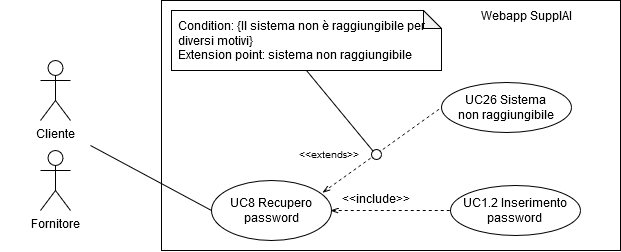
The draw.io diagram 2 - RTB/imgs/recupero-password.png in CodeHex16/documentazione, before a commit. Source tidied: cells renumbered, new cells last; positions are measured from the earlier drawing's top-left corner, leaving out a move shared by most shapes.
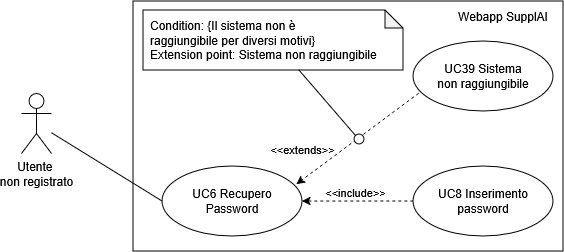
The same file after the commit.

Change to the diagram source:
```diff
@@ -2,58 +2,56 @@
   <root>
     <mxCell id="0" />
     <mxCell id="1" parent="0" />
-    <mxCell id="2" style="rounded=0;whiteSpace=wrap;html=1;fillColor=none;align=right;strokeColor=none;" parent="1" vertex="1">
-      <mxGeometry x="20" y="50" width="70" height="190" as="geometry" />
+    <mxCell id="2" style="rounded=0;whiteSpace=wrap;html=1;fillColor=none;align=right;" parent="1" vertex="1">
+      <mxGeometry x="-1138.5" y="-447.5" width="430" height="250" as="geometry" />
     </mxCell>
-    <mxCell id="3" style="rounded=0;whiteSpace=wrap;html=1;fillColor=none;align=right;" parent="1" vertex="1">
-      <mxGeometry x="161" width="459" height="250" as="geometry" />
+    <mxCell id="3" value="&lt;div&gt;Utente&amp;nbsp;&lt;/div&gt;&lt;div&gt;non registrato&lt;/div&gt;" style="shape=umlActor;verticalLabelPosition=bottom;verticalAlign=top;html=1;outlineConnect=0;" parent="1" vertex="1">
+      <mxGeometry x="-1250" y="-355" width="30" height="60" as="geometry" />
     </mxCell>
-    <mxCell id="4" value="Fornitore" style="shape=umlActor;verticalLabelPosition=bottom;verticalAlign=top;html=1;" parent="1" vertex="1">
-      <mxGeometry x="40" y="150" width="30" height="60" as="geometry" />
+    <mxCell id="4" style="edgeStyle=orthogonalEdgeStyle;rounded=0;jettySize=auto;html=1;entryX=0;entryY=0.5;entryDx=0;entryDy=0;startArrow=classic;startFill=1;endArrow=none;dashed=1;" parent="1" edge="1" source="6" target="9">
+      <mxGeometry relative="1" as="geometry">
+        <Array as="points">
+          <mxPoint x="-948.5" y="-247.5" />
+          <mxPoint x="-948.5" y="-247.5" />
+        </Array>
+      </mxGeometry>
     </mxCell>
-    <mxCell id="5" value="UC8 Recupero password" style="ellipse;whiteSpace=wrap;html=1;" parent="1" vertex="1">
-      <mxGeometry x="211" y="180" width="120" height="60" as="geometry" />
+    <mxCell id="5" value="&amp;lt;&amp;lt;include&amp;gt;&amp;gt;" style="edgeLabel;html=1;align=center;verticalAlign=middle;points=[];" parent="4" vertex="1">
+      <mxGeometry x="-0.15" y="-1" relative="1" as="geometry">
+        <mxPoint x="5" y="-10" as="offset" />
+      </mxGeometry>
     </mxCell>
-    <mxCell id="6" style="endArrow=none;html=1;rounded=0;entryX=0;entryY=0.5;entryDx=0;entryDy=0;exitX=1;exitY=0.5;exitDx=0;exitDy=0;" parent="1" edge="1" source="2" target="5">
-      <mxGeometry relative="1" as="geometry" />
+    <mxCell id="6" value="&lt;div&gt;UC6 Recupero &lt;br&gt;&lt;/div&gt;&lt;div&gt;Password&lt;/div&gt;" style="ellipse;whiteSpace=wrap;html=1;" parent="1" vertex="1">
+      <mxGeometry x="-1109.5" y="-282.5" width="140" height="70" as="geometry" />
     </mxCell>
-    <mxCell id="7" value="&lt;div&gt;UC26 Sistema&lt;/div&gt;&lt;div&gt;non raggiungibile&lt;br&gt;&lt;/div&gt;" style="ellipse;whiteSpace=wrap;html=1;" parent="1" vertex="1">
-      <mxGeometry x="441" y="82" width="130" height="50" as="geometry" />
+    <mxCell id="7" value="Webapp SupplAI" style="text;html=1;align=center;verticalAlign=middle;whiteSpace=wrap;rounded=0;" parent="1" vertex="1">
+      <mxGeometry x="-828.5" y="-447.5" width="120" height="30" as="geometry" />
     </mxCell>
-    <mxCell id="8" value="&lt;font style=&quot;font-size: 10px;&quot;&gt;&amp;lt;&amp;lt;extends&amp;gt;&amp;gt;&lt;/font&gt;" style="text;html=1;whiteSpace=wrap;overflow=hidden;rounded=0;" parent="1" vertex="1">
-      <mxGeometry x="297" y="140" width="71" height="30" as="geometry" />
+    <mxCell id="8" style="endArrow=none;html=1;rounded=0;entryX=0;entryY=0.5;entryDx=0;entryDy=0;" parent="1" edge="1" source="3" target="6">
+      <mxGeometry relative="1" as="geometry" />
     </mxCell>
-    <mxCell id="9" value="Webapp SupplAI" style="text;html=1;align=center;verticalAlign=middle;whiteSpace=wrap;rounded=0;" parent="1" vertex="1">
-      <mxGeometry x="472" width="109" height="30" as="geometry" />
+    <mxCell id="9" value="&lt;div&gt;UC8 Inserimento&lt;/div&gt;&lt;div&gt;password&lt;/div&gt;" style="ellipse;whiteSpace=wrap;html=1;" parent="1" vertex="1">
+      <mxGeometry x="-858.5" y="-282.5" width="140" height="70" as="geometry" />
     </mxCell>
-    <mxCell id="10" style="rounded=0;whiteSpace=wrap;html=1;fillColor=none;strokeColor=none;" parent="1" vertex="1">
-      <mxGeometry y="114" width="10" height="45" as="geometry" />
+    <mxCell id="10" style="rounded=0;jettySize=auto;html=1;entryX=0.96;entryY=0.259;entryDx=0;entryDy=0;dashed=1;exitX=0.041;exitY=0.746;exitDx=0;exitDy=0;exitPerimeter=0;entryPerimeter=0;" parent="1" edge="1" source="12" target="6">
+      <mxGeometry relative="1" as="geometry" />
     </mxCell>
-    <mxCell id="11" value="Cliente" style="shape=umlActor;verticalLabelPosition=bottom;verticalAlign=top;html=1;" parent="1" vertex="1">
-      <mxGeometry x="40" y="60" width="30" height="60" as="geometry" />
+    <mxCell id="11" value="&amp;lt;&amp;lt;extends&amp;gt;&amp;gt;" style="edgeLabel;html=1;align=center;verticalAlign=middle;labelBackgroundColor=none;" parent="10" vertex="1">
+      <mxGeometry x="0.49" relative="1" as="geometry">
+        <mxPoint x="-26" y="-12" as="offset" />
+      </mxGeometry>
     </mxCell>
-    <mxCell id="12" style="rounded=0;jettySize=auto;html=1;exitX=0.925;exitY=0.202;exitDx=0;exitDy=0;entryX=0;entryY=0.5;entryDx=0;entryDy=0;endArrow=none;endFill=0;dashed=1;startArrow=openThin;startFill=0;exitPerimeter=0;" parent="1" edge="1" source="5" target="7">
-      <mxGeometry relative="1" as="geometry" />
+    <mxCell id="12" value="&lt;div&gt;UC39 Sistema&lt;/div&gt;&lt;div&gt;non raggiungibile&lt;/div&gt;" style="ellipse;whiteSpace=wrap;html=1;" parent="1" vertex="1">
+      <mxGeometry x="-858.5" y="-407.5" width="140" height="70" as="geometry" />
     </mxCell>
-    <mxCell id="13" value="&lt;div align=&quot;left&quot; style=&quot;padding-left: 5px;&quot;&gt;Condition: {Il sistema non è raggiungibile per&lt;/div&gt;&lt;div align=&quot;left&quot; style=&quot;padding-left: 5px;&quot;&gt;diversi motivi}&lt;br&gt;&lt;/div&gt;&lt;div align=&quot;left&quot; style=&quot;padding-left: 5px;&quot;&gt;Extension point: sistema non raggiungibile&lt;br&gt;&lt;/div&gt;" style="shape=note;whiteSpace=wrap;html=1;backgroundOutline=1;darkOpacity=0.05;size=18;align=left;" parent="1" vertex="1">
-      <mxGeometry x="171" y="10" width="270" height="60" as="geometry" />
+    <mxCell id="13" value="&lt;div align=&quot;left&quot; style=&quot;padding-left: 5px;&quot;&gt;Condition: {Il sistema non è &lt;br&gt;raggiungibile per diversi motivi}&lt;/div&gt;&lt;div align=&quot;left&quot; style=&quot;padding-left: 5px;&quot;&gt;Extension point: Sistema non raggiungibile&lt;/div&gt;" style="shape=note;whiteSpace=wrap;html=1;backgroundOutline=1;darkOpacity=0.05;size=18;align=left;" parent="1" vertex="1">
+      <mxGeometry x="-1128.5" y="-438.5" width="260" height="60" as="geometry" />
     </mxCell>
-    <mxCell id="14" style="ellipse;whiteSpace=wrap;html=1;" parent="1" vertex="1">
-      <mxGeometry x="371" y="149" width="10" height="10" as="geometry" />
+    <mxCell id="14" style="rounded=0;jettySize=auto;html=1;endArrow=none;endFill=0;endSize=20;startFill=0;entryX=0;entryY=0;entryDx=0;entryDy=0;" parent="1" edge="1" source="13" target="15">
+      <mxGeometry relative="1" as="geometry" />
     </mxCell>
-    <mxCell id="15" style="endArrow=none;html=1;rounded=0;exitX=0.5;exitY=1;exitDx=0;exitDy=0;exitPerimeter=0;entryX=0;entryY=0;entryDx=0;entryDy=0;" parent="1" edge="1" source="13" target="14">
-      <mxGeometry relative="1" as="geometry" />
+    <mxCell id="15" style="ellipse;whiteSpace=wrap;html=1;" parent="1" vertex="1">
+      <mxGeometry x="-917.5" y="-314.5" width="10" height="10" as="geometry" />
     </mxCell>
-    <mxCell id="16" style="rounded=0;jettySize=auto;html=1;entryX=0;entryY=0.5;entryDx=0;entryDy=0;endArrow=none;endFill=0;dashed=1;startArrow=openThin;startFill=0;" parent="1" edge="1" target="17">
-      <mxGeometry relative="1" as="geometry">
-        <mxPoint x="330" y="210" as="sourcePoint" />
-      </mxGeometry>
-    </mxCell>
-    <mxCell id="17" value="&lt;div&gt;UC1.2 Inserimento&lt;/div&gt;&lt;div&gt;password&lt;br&gt;&lt;/div&gt;" style="ellipse;whiteSpace=wrap;html=1;" parent="1" vertex="1">
-      <mxGeometry x="450" y="185" width="130" height="50" as="geometry" />
-    </mxCell>
-    <mxCell id="18" value="&amp;lt;&amp;lt;include&amp;gt;&amp;gt;" style="text;html=1;whiteSpace=wrap;overflow=hidden;rounded=0;" parent="1" vertex="1">
-      <mxGeometry x="340" y="185" width="80" height="20" as="geometry" />
-    </mxCell>
   </root>
 </mxGraphModel>
```
